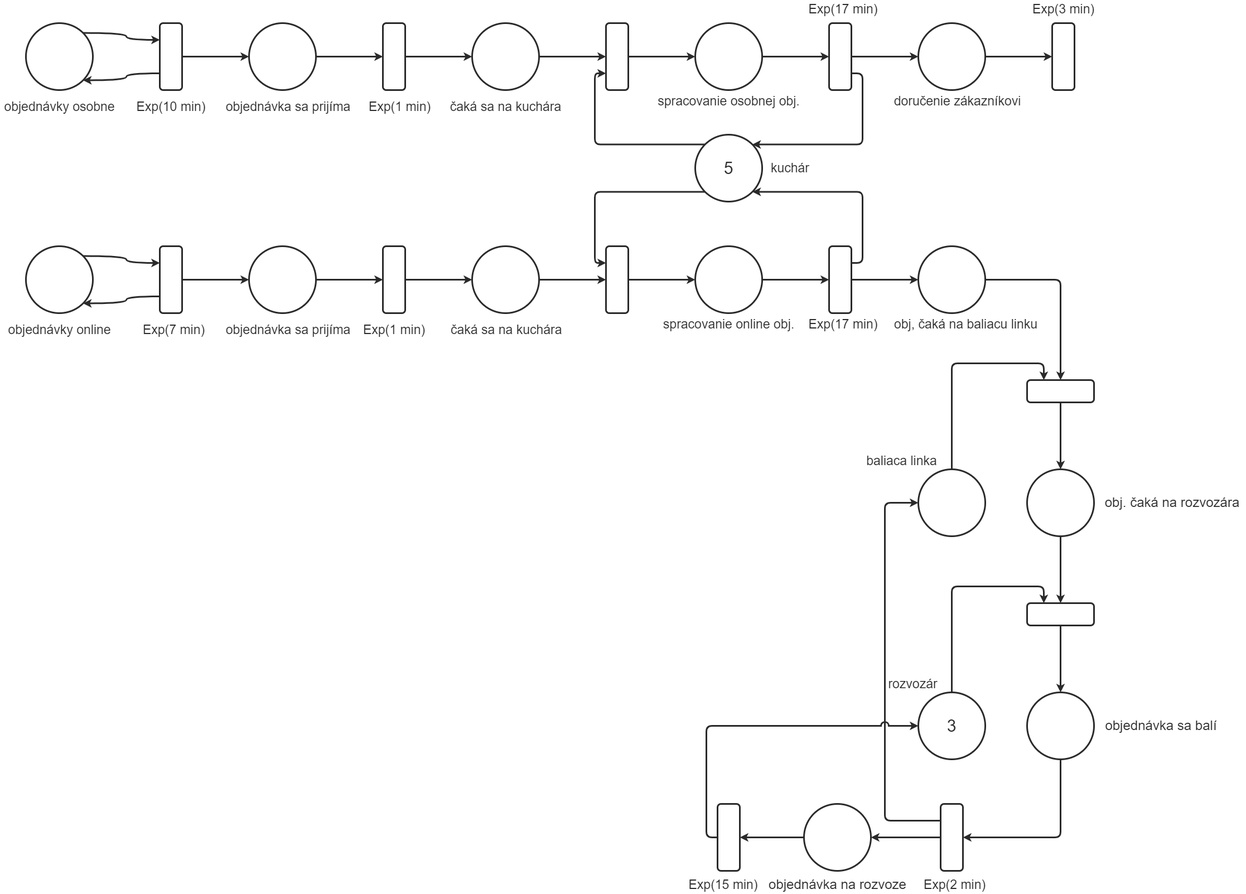
This is docs/petriiiii.png from Mats7/ims2022, a draw.io export, as it was before one commit. Source tidied: cells renumbered, new cells last; positions are measured from the earlier drawing's top-left corner, leaving out a move shared by most shapes.
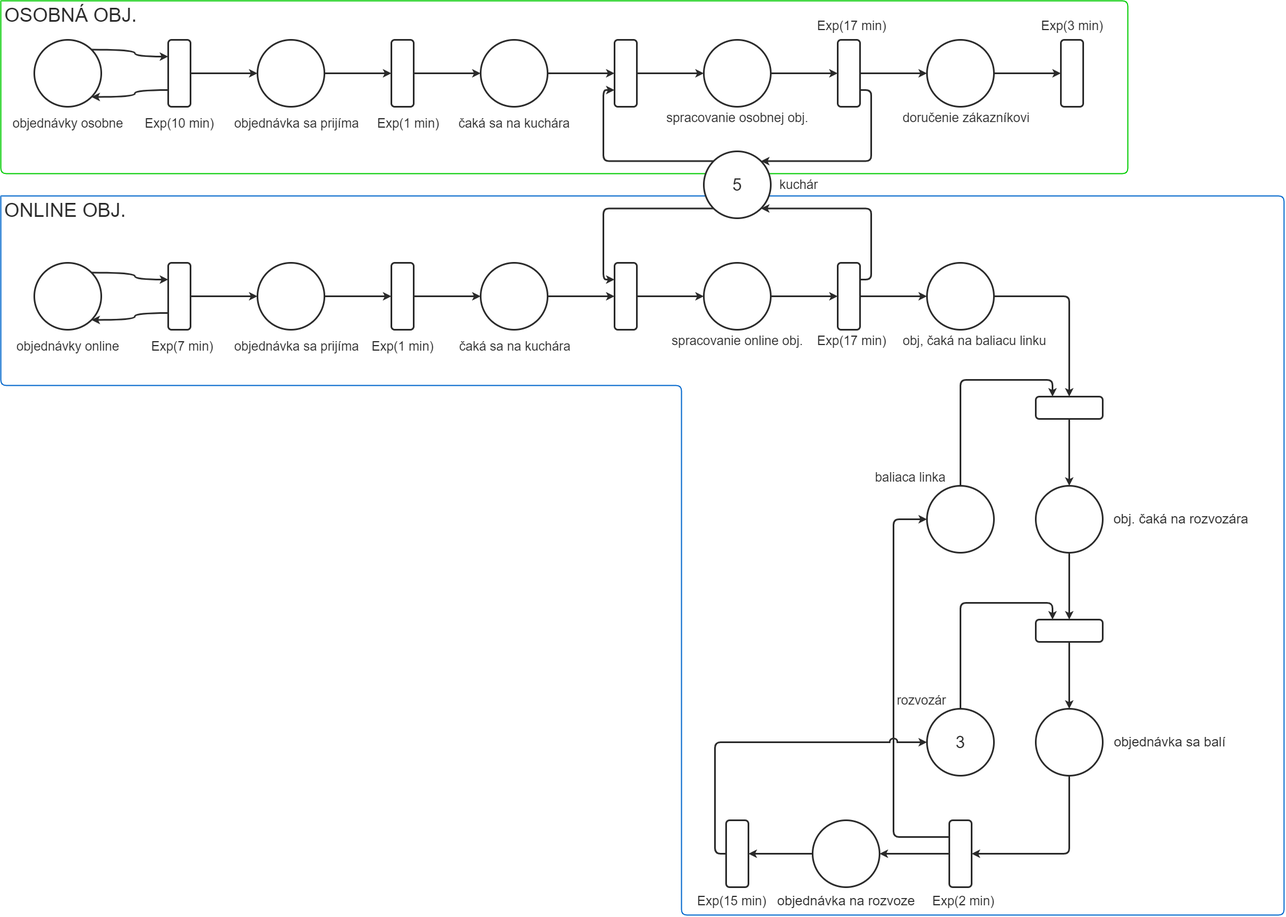
After the commit.

The edit, as a diff of the source:
```diff
@@ -1,7 +1,31 @@
-<mxGraphModel background="#ffffff">
+<mxGraphModel background="#FFFFFF">
   <root>
     <mxCell id="0" />
     <mxCell id="1" parent="0" />
+    <mxCell id="90" style="endArrow=none;html=1;strokeColor=#0066CC;strokeWidth=2;" parent="1" edge="1">
+      <mxGeometry relative="1" as="geometry">
+        <mxPoint x="-15" y="320" as="sourcePoint" />
+        <mxPoint x="-15" y="320" as="targetPoint" />
+        <Array as="points">
+          <mxPoint x="2285" y="320" />
+          <mxPoint x="2285" y="1610" />
+          <mxPoint x="1205" y="1610" />
+          <mxPoint x="1205" y="660" />
+          <mxPoint x="-15" y="660" />
+        </Array>
+      </mxGeometry>
+    </mxCell>
+    <mxCell id="91" style="endArrow=none;html=1;strokeColor=#00CC00;strokeWidth=2;" parent="1" edge="1">
+      <mxGeometry relative="1" as="geometry">
+        <mxPoint x="-15" y="-30" as="sourcePoint" />
+        <mxPoint x="-15" y="-30" as="targetPoint" />
+        <Array as="points">
+          <mxPoint x="2005" y="-30" />
+          <mxPoint x="2005" y="280" />
+          <mxPoint x="-15" y="280" />
+        </Array>
+      </mxGeometry>
+    </mxCell>
     <mxCell id="2" style="edgeStyle=orthogonalEdgeStyle;jettySize=auto;exitX=1;exitY=0;exitDx=0;exitDy=0;entryX=0;entryY=0.25;entryDx=0;entryDy=0;fontSize=32;labelBackgroundColor=none;fontColor=#2A2A2A;strokeColor=#2A2A2A;strokeWidth=3;html=1;curved=1;" parent="1" edge="1" source="3" target="8">
       <mxGeometry relative="1" as="geometry" />
     </mxCell>
@@ -99,7 +123,7 @@
     <mxCell id="30" style="edgeStyle=orthogonalEdgeStyle;rounded=1;jettySize=auto;exitX=0;exitY=1;exitDx=0;exitDy=0;entryX=0;entryY=0.25;entryDx=0;entryDy=0;labelBackgroundColor=none;fontColor=#2A2A2A;strokeColor=#2A2A2A;strokeWidth=3;html=1;" parent="1" edge="1" source="31" target="20">
       <mxGeometry relative="1" as="geometry" />
     </mxCell>
-    <mxCell id="31" value="5" style="ellipse;rounded=1;labelBackgroundColor=none;fontColor=#2A2A2A;strokeColor=#2A2A2A;strokeWidth=3;whiteSpace=wrap;html=1;fillColor=none;perimeterSpacing=0;shadow=0;sketch=0;fontSize=30;" parent="1" vertex="1">
+    <mxCell id="31" value="5" style="ellipse;rounded=1;labelBackgroundColor=none;fontColor=#2A2A2A;strokeColor=#2A2A2A;strokeWidth=3;whiteSpace=wrap;html=1;fillColor=#FFFFFF;perimeterSpacing=0;shadow=0;sketch=0;fontSize=30;" parent="1" vertex="1">
       <mxGeometry x="1245" y="240" width="120" height="120" as="geometry" />
     </mxCell>
     <mxCell id="32" style="edgeStyle=orthogonalEdgeStyle;rounded=1;jettySize=auto;exitX=1;exitY=0.5;exitDx=0;exitDy=0;entryX=0;entryY=0.5;entryDx=0;entryDy=0;labelBackgroundColor=none;fontColor=#2A2A2A;strokeColor=#2A2A2A;strokeWidth=3;html=1;" parent="1" edge="1" source="33" target="36">
@@ -301,5 +325,11 @@
     <mxCell id="89" value="Exp(1 min)" style="text;align=center;verticalAlign=middle;strokeColor=none;fillColor=none;fontSize=23;labelBackgroundColor=none;fontColor=#2A2A2A;strokeWidth=3;html=1;" parent="1" vertex="1">
       <mxGeometry x="640" y="575" width="130" height="30" as="geometry" />
     </mxCell>
+    <mxCell id="92" value="&lt;font color=&quot;#2a2a2a&quot; style=&quot;font-size: 35px;&quot;&gt;OSOBNÁ OBJ.&lt;/font&gt;" style="text;html=1;align=center;verticalAlign=middle;strokeColor=none;fillColor=none;fontSize=35;" parent="1" vertex="1">
+      <mxGeometry x="-15" y="-30" width="250" height="50" as="geometry" />
+    </mxCell>
+    <mxCell id="93" value="ONLINE OBJ." style="text;html=1;align=center;verticalAlign=middle;strokeColor=none;fillColor=none;fontSize=35;fontColor=#2A2A2A;" parent="1" vertex="1">
+      <mxGeometry x="-15" y="320" width="230" height="50" as="geometry" />
+    </mxCell>
   </root>
 </mxGraphModel>
```
